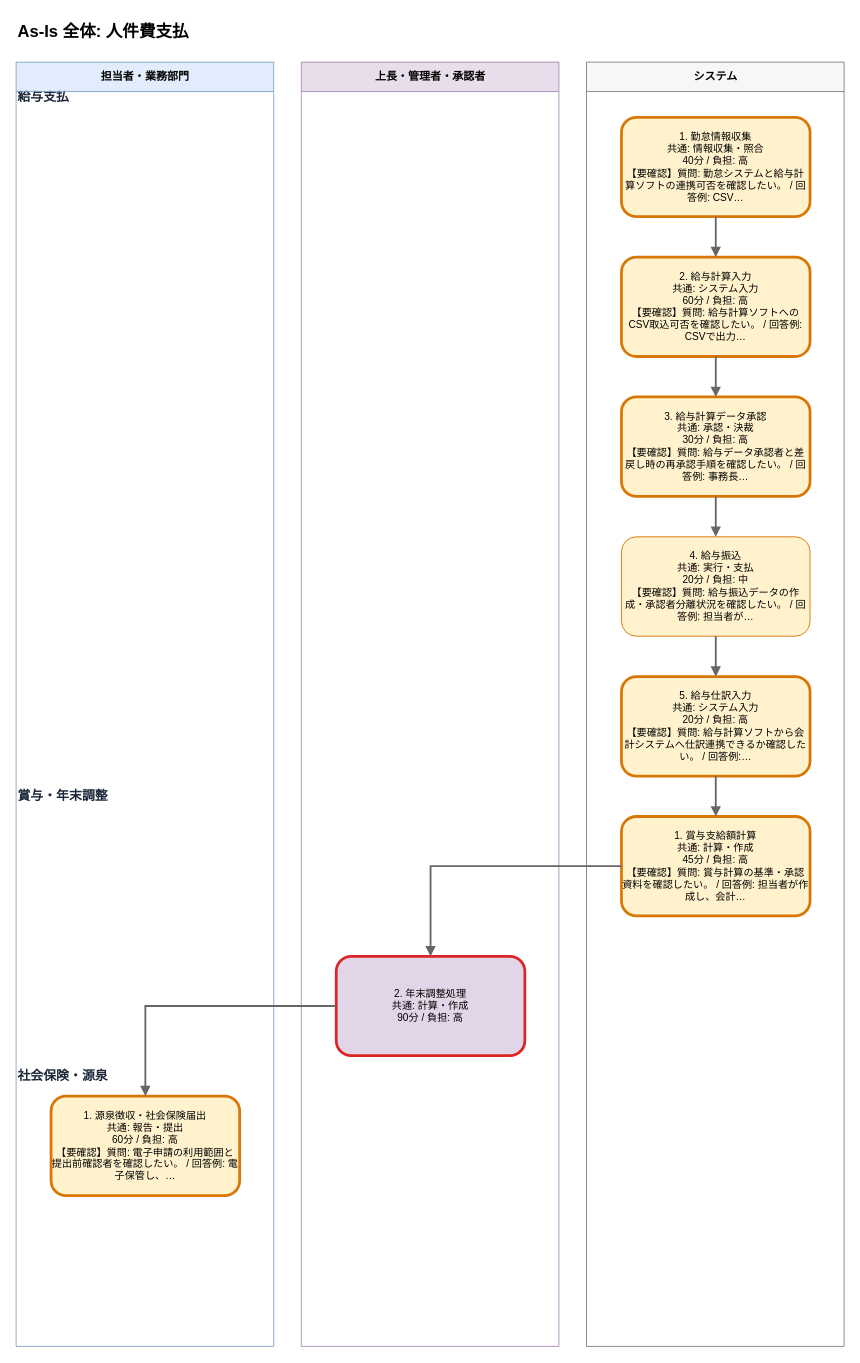
This is output/flows/asis_人件費支払_20260608.drawio from Toshiki811/ai-business-analysis-heatmap, a draw.io file, before an edit. Source tidied: cells renumbered, new cells numbered last; positions are measured from the earlier drawing's top-left corner, leaving out a move shared by most shapes. Both pictures are drawn from the tidied source at 92%, with x=0, y=0 at pixel (16, 16).
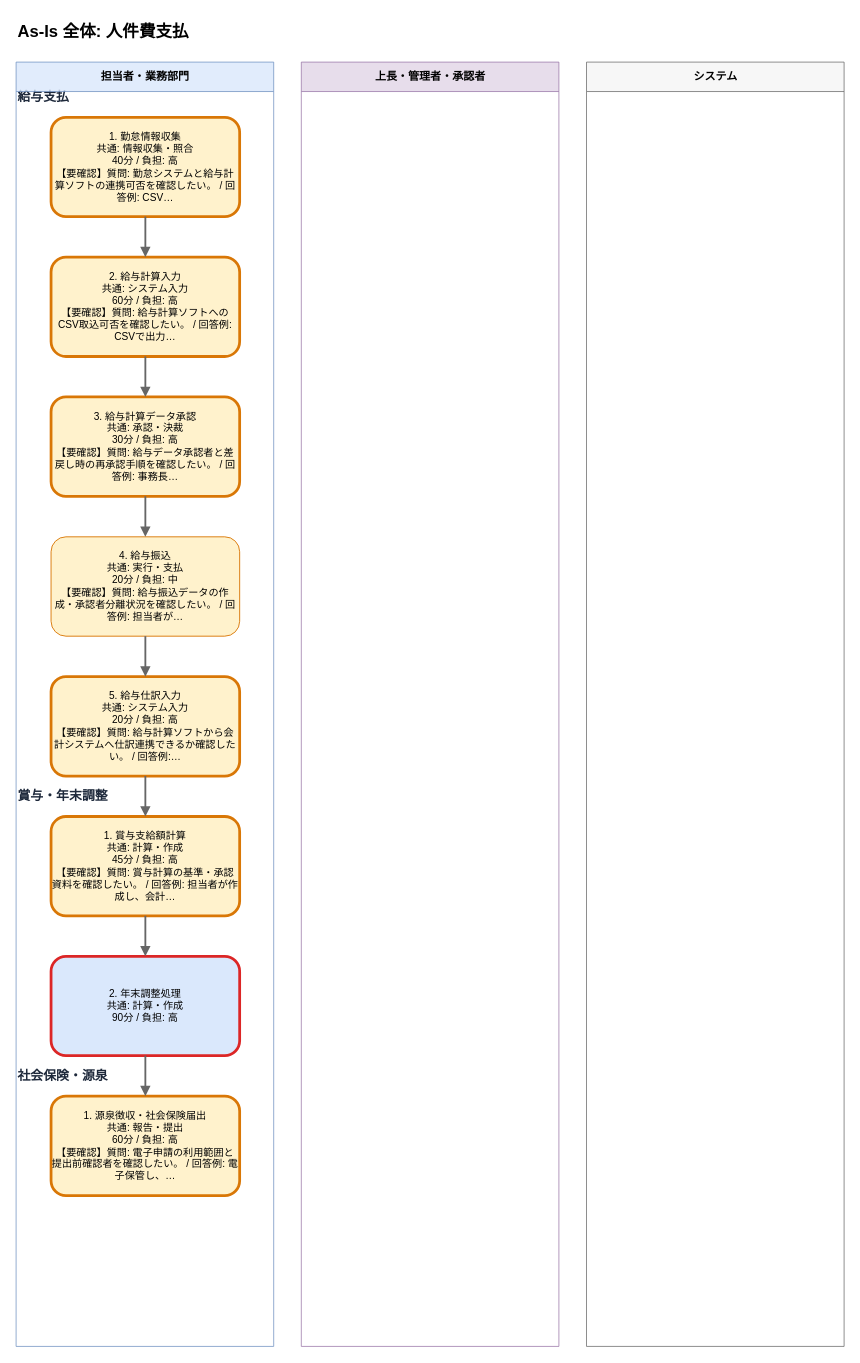
The same diagram, later.

Change to the diagram source:
```diff
@@
     <mxCell id="9" value="1. 勤怠情報収集&#10;共通: 情報収集・照合&#10;40分 / 負担: 高&#10;【要確認】質問: 勤怠システムと給与計算ソフトの連携可否を確認したい。 / 回答例: CSV…" style="rounded=1;whiteSpace=wrap;html=1;fillColor=#fff2cc;strokeColor=#d97706;strokeWidth=3;fontSize=11;fontColor=#000000;" parent="1" vertex="1">
-      <mxGeometry x="658" y="110" width="205" height="108" as="geometry" />
+      <mxGeometry x="38" y="110" width="205" height="108" as="geometry" />
     </mxCell>
     <mxCell id="10" value="2. 給与計算入力&#10;共通: システム入力&#10;60分 / 負担: 高&#10;【要確認】質問: 給与計算ソフトへのCSV取込可否を確認したい。 / 回答例: CSVで出力…" style="rounded=1;whiteSpace=wrap;html=1;fillColor=#fff2cc;strokeColor=#d97706;strokeWidth=3;fontSize=11;fontColor=#000000;" parent="1" vertex="1">
-      <mxGeometry x="658" y="262" width="205" height="108" as="geometry" />
+      <mxGeometry x="38" y="262" width="205" height="108" as="geometry" />
     </mxCell>
     <mxCell id="11" value="3. 給与計算データ承認&#10;共通: 承認・決裁&#10;30分 / 負担: 高&#10;【要確認】質問: 給与データ承認者と差戻し時の再承認手順を確認したい。 / 回答例: 事務長…" style="rounded=1;whiteSpace=wrap;html=1;fillColor=#fff2cc;strokeColor=#d97706;strokeWidth=3;fontSize=11;fontColor=#000000;" parent="1" vertex="1">
-      <mxGeometry x="658" y="414" width="205" height="108" as="geometry" />
+      <mxGeometry x="38" y="414" width="205" height="108" as="geometry" />
     </mxCell>
     <mxCell id="12" value="4. 給与振込&#10;共通: 実行・支払&#10;20分 / 負担: 中&#10;【要確認】質問: 給与振込データの作成・承認者分離状況を確認したい。 / 回答例: 担当者が…" style="rounded=1;whiteSpace=wrap;html=1;fillColor=#fff2cc;strokeColor=#d97706;strokeWidth=1;fontSize=11;fontColor=#000000;" parent="1" vertex="1">
-      <mxGeometry x="658" y="566" width="205" height="108" as="geometry" />
+      <mxGeometry x="38" y="566" width="205" height="108" as="geometry" />
     </mxCell>
     <mxCell id="13" value="5. 給与仕訳入力&#10;共通: システム入力&#10;20分 / 負担: 高&#10;【要確認】質問: 給与計算ソフトから会計システムへ仕訳連携できるか確認したい。 / 回答例:…" style="rounded=1;whiteSpace=wrap;html=1;fillColor=#fff2cc;strokeColor=#d97706;strokeWidth=3;fontSize=11;fontColor=#000000;" parent="1" vertex="1">
-      <mxGeometry x="658" y="718" width="205" height="108" as="geometry" />
+      <mxGeometry x="38" y="718" width="205" height="108" as="geometry" />
     </mxCell>
     <mxCell id="14" value="1. 賞与支給額計算&#10;共通: 計算・作成&#10;45分 / 負担: 高&#10;【要確認】質問: 賞与計算の基準・承認資料を確認したい。 / 回答例: 担当者が作成し、会計…" style="rounded=1;whiteSpace=wrap;html=1;fillColor=#fff2cc;strokeColor=#d97706;strokeWidth=3;fontSize=11;fontColor=#000000;" parent="1" vertex="1">
-      <mxGeometry x="658" y="870" width="205" height="108" as="geometry" />
+      <mxGeometry x="38" y="870" width="205" height="108" as="geometry" />
     </mxCell>
-    <mxCell id="15" value="2. 年末調整処理&#10;共通: 計算・作成&#10;90分 / 負担: 高" style="rounded=1;whiteSpace=wrap;html=1;fillColor=#e1d5e7;strokeColor=#dc2626;strokeWidth=3;fontSize=11;fontColor=#000000;" parent="1" vertex="1">
-      <mxGeometry x="348" y="1022" width="205" height="108" as="geometry" />
+    <mxCell id="15" value="2. 年末調整処理&#10;共通: 計算・作成&#10;90分 / 負担: 高" style="rounded=1;whiteSpace=wrap;html=1;fillColor=#dae8fc;strokeColor=#dc2626;strokeWidth=3;fontSize=11;fontColor=#000000;" parent="1" vertex="1">
+      <mxGeometry x="38" y="1022" width="205" height="108" as="geometry" />
     </mxCell>
```
